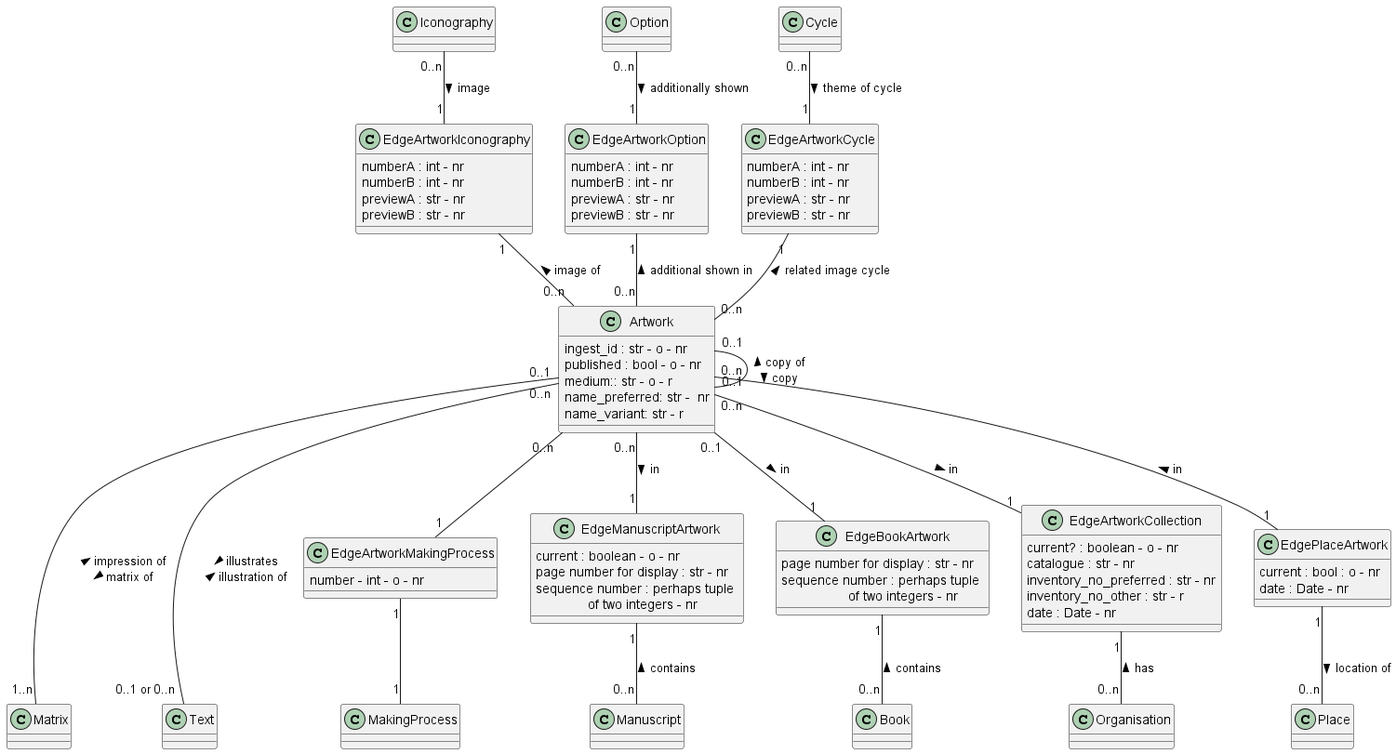
Before: documentation/class_diagrams/Artwork.png, a diagram exported from PlantUML (tmasch/bpf_be). Source of this version:
```plantuml
@startuml
Class Artwork
Artwork : ingest_id : str - o - nr
Artwork : published : bool - o - nr
Artwork : medium:: str - o - r
Artwork : name_preferred: str -  nr
Artwork : name_variant: str - r



class MakingProcess

class Matrix

class Manuscript

class Book

class Place

class Organisation

class Text

class Iconography

class Option

class Cycle

class EdgeArtworkMakingProcess
EdgeArtworkMakingProcess : number - int - o - nr

class EdgeManuscriptArtwork
EdgeManuscriptArtwork : current : boolean - o - nr
EdgeManuscriptArtwork : page number for display : str - nr
EdgeManuscriptArtwork : sequence number : perhaps tuple \n              of two integers - nr

class EdgeBookArtwork
EdgeBookArtwork : page number for display : str - nr
EdgeBookArtwork : sequence number : perhaps tuple \n                  of two integers - nr

class EdgeArtworkCollection
EdgeArtworkCollection : current? : boolean - o - nr
EdgeArtworkCollection : catalogue : str - nr
EdgeArtworkCollection : inventory_no_preferred : str - nr
EdgeArtworkCollection : inventory_no_other : str - r
EdgeArtworkCollection : date : Date - nr

class EdgePlaceArtwork
EdgePlaceArtwork : current : bool : o - nr
EdgePlaceArtwork : date : Date - nr

class EdgeArtworkIconography
EdgeArtworkIconography : numberA : int - nr
EdgeArtworkIconography : numberB : int - nr
EdgeArtworkIconography : previewA : str - nr
EdgeArtworkIconography : previewB : str - nr

class EdgeArtworkOption
EdgeArtworkOption : numberA : int - nr
EdgeArtworkOption : numberB : int - nr
EdgeArtworkOption : previewA : str - nr
EdgeArtworkOption : previewB : str - nr

class EdgeArtworkCycle
EdgeArtworkCycle : numberA : int - nr
EdgeArtworkCycle : numberB : int - nr
EdgeArtworkCycle : previewA : str - nr
EdgeArtworkCycle : previewB : str - nr

Iconography "0..n" -- "1" EdgeArtworkIconography : image >
EdgeArtworkIconography "1" -- "0..n" Artwork : image of <

Option "0..n" -- "1" EdgeArtworkOption : additionally shown >
EdgeArtworkOption "1" -- "0..n" Artwork : additional shown in <

Cycle "0..n" -- "1" EdgeArtworkCycle : theme of cycle >
EdgeArtworkCycle "1" -- "0..n" Artwork : related image cycle <

Artwork "0..n" -- "1" EdgeArtworkMakingProcess
EdgeArtworkMakingProcess "1" -- "1" MakingProcess

Artwork "0..1" --- "1..n" Matrix : < impression of \n matrix of >

Artwork "0..n" -- "1" EdgePlaceArtwork : < in
EdgePlaceArtwork  "1" -- "0..n" Place :  location of  >

Artwork "0..n" -- "1" EdgeArtworkCollection : in >
EdgeArtworkCollection "1" -- "0..n" Organisation : has  <

Artwork "0..n" -- "1" EdgeManuscriptArtwork : in >
EdgeManuscriptArtwork "1" -- "0..n" Manuscript : contains <

Artwork "0..1" -- "1" EdgeBookArtwork : in >
EdgeBookArtwork "1" -- "0..n" Book : contains <

Artwork "0..n" --- "0..1 or 0..n" Text : > illustrates \n illustration of <

Artwork "0..1" -- "0..1" Artwork : < copy of \n copy >



@enduml
```
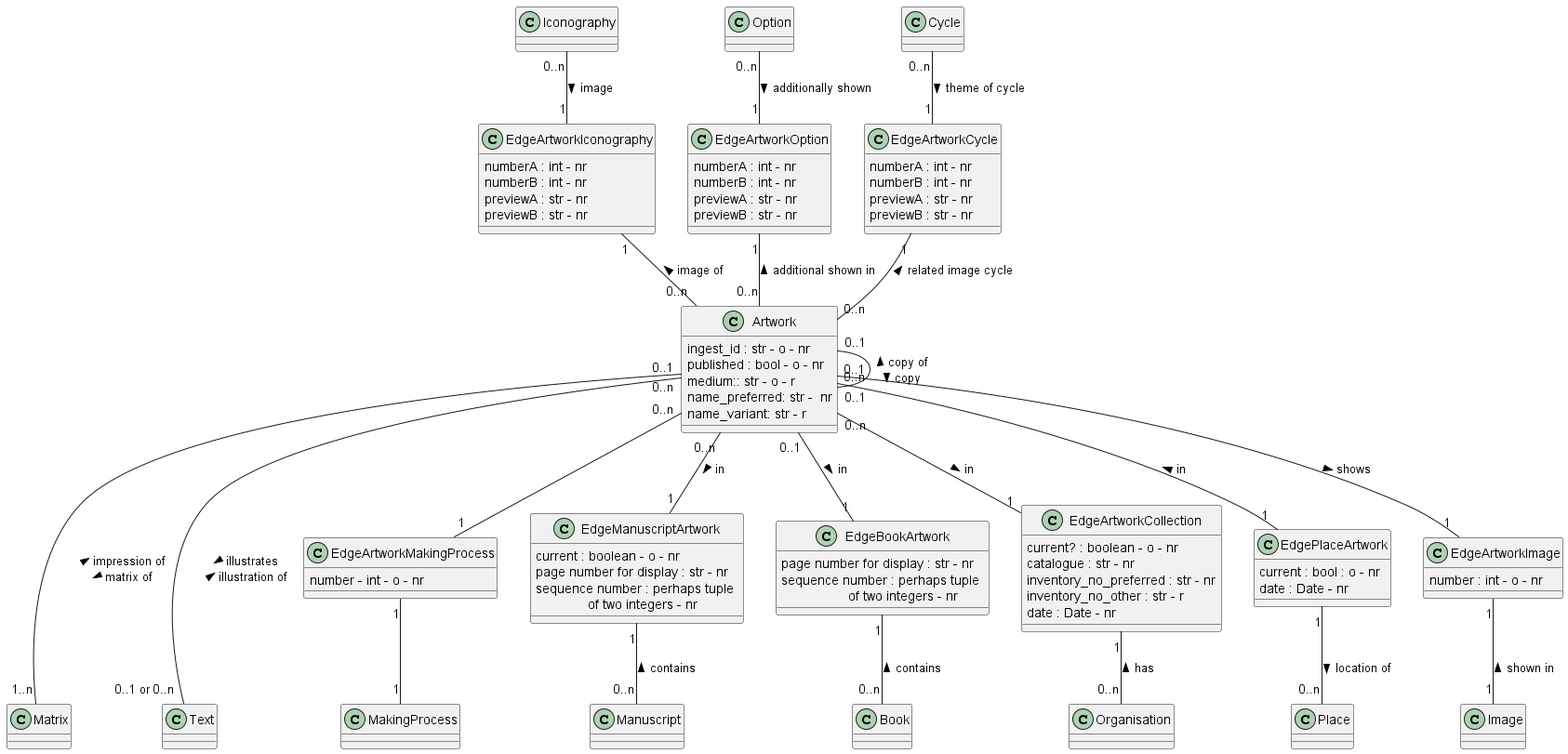
The same file after the commit.

Commit message:
Artwork record corrected

Diff of the diagram source:
```diff
@@ -27,6 +27,8 @@
 class Option
 
 class Cycle
+
+class Image
 
 class EdgeArtworkMakingProcess
 EdgeArtworkMakingProcess : number - int - o - nr
@@ -69,6 +71,9 @@
 EdgeArtworkCycle : previewA : str - nr
 EdgeArtworkCycle : previewB : str - nr
 
+class EdgeArtworkImage
+EdgeArtworkImage : number : int - o - nr
+
 Iconography "0..n" -- "1" EdgeArtworkIconography : image >
 EdgeArtworkIconography "1" -- "0..n" Artwork : image of <
 
@@ -99,6 +104,9 @@
 
 Artwork "0..1" -- "0..1" Artwork : < copy of \n copy >
 
+Artwork "0..1" -- "1" EdgeArtworkImage : > shows
+EdgeArtworkImage "1" -- "1" Image : < shown in
+
 
 
 @enduml
```
